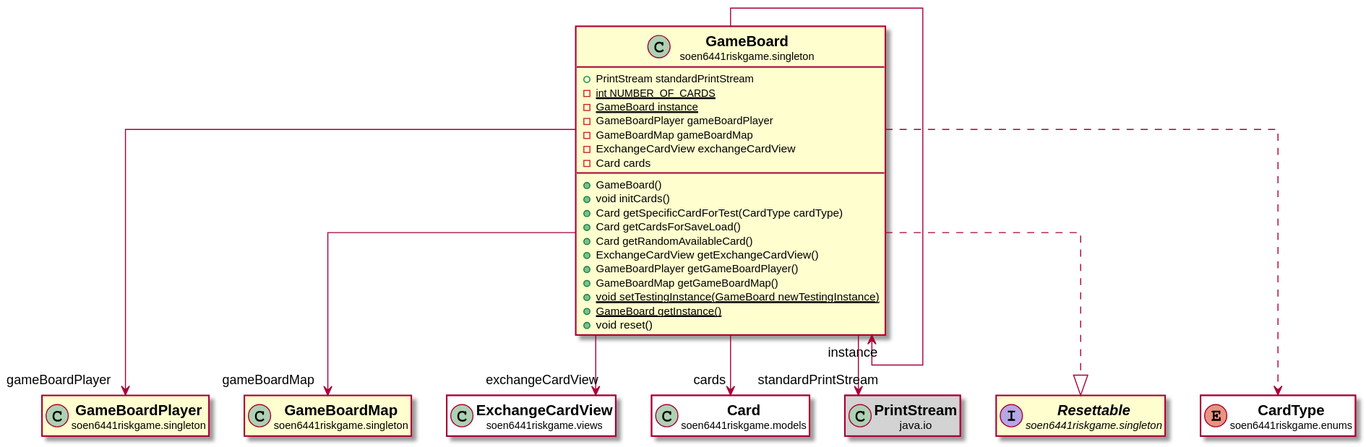
The PlantUML diagram docs/javadocs/soen6441riskgame/singleton/GameBoard.svg in huntertran/soen6441-riskgame, before a commit. The source it was exported from:
```plantuml
@startuml

skinparam svgLinkTarget _parent
skinparam linetype ortho
set namespaceSeparator none
class "<b><size:14>GameBoard</b>\n<size:10>soen6441riskgame.singleton" as soen6441riskgame.singleton.GameBoard  [[../../soen6441riskgame/singleton/GameBoard.html{soen6441riskgame.singleton.GameBoard}]] {
+PrintStream standardPrintStream
{static} -int NUMBER_OF_CARDS
{static} -GameBoard instance
-GameBoardPlayer gameBoardPlayer
-GameBoardMap gameBoardMap
-ExchangeCardView exchangeCardView
-Card cards
+GameBoard()
+void initCards()
+Card getSpecificCardForTest(CardType cardType)
+Card getCardsForSaveLoad()
+Card getRandomAvailableCard()
+ExchangeCardView getExchangeCardView()
+GameBoardPlayer getGameBoardPlayer()
+GameBoardMap getGameBoardMap()
{static} +void setTestingInstance(GameBoard newTestingInstance)
{static} +GameBoard getInstance()
+void reset()
}


soen6441riskgame.singleton.GameBoard -->  "instance" soen6441riskgame.singleton.GameBoard

class "<b><size:14>GameBoardPlayer</b>\n<size:10>soen6441riskgame.singleton" as soen6441riskgame.singleton.GameBoardPlayer  [[../../soen6441riskgame/singleton/GameBoardPlayer.html{soen6441riskgame.singleton.GameBoardPlayer}]] {
}

hide soen6441riskgame.singleton.GameBoardPlayer fields
hide soen6441riskgame.singleton.GameBoardPlayer methods

soen6441riskgame.singleton.GameBoard -->  "gameBoardPlayer" soen6441riskgame.singleton.GameBoardPlayer

class "<b><size:14>GameBoardMap</b>\n<size:10>soen6441riskgame.singleton" as soen6441riskgame.singleton.GameBoardMap  [[../../soen6441riskgame/singleton/GameBoardMap.html{soen6441riskgame.singleton.GameBoardMap}]] {
}

hide soen6441riskgame.singleton.GameBoardMap fields
hide soen6441riskgame.singleton.GameBoardMap methods

soen6441riskgame.singleton.GameBoard -->  "gameBoardMap" soen6441riskgame.singleton.GameBoardMap

class "<b><size:14>ExchangeCardView</b>\n<size:10>soen6441riskgame.views" as soen6441riskgame.views.ExchangeCardView  [[../../soen6441riskgame/views/ExchangeCardView.html{soen6441riskgame.views.ExchangeCardView}]] #white {
}

hide soen6441riskgame.views.ExchangeCardView fields
hide soen6441riskgame.views.ExchangeCardView methods

soen6441riskgame.singleton.GameBoard -->  "exchangeCardView" soen6441riskgame.views.ExchangeCardView

class "<b><size:14>Card</b>\n<size:10>soen6441riskgame.models" as soen6441riskgame.models.Card  [[../../soen6441riskgame/models/Card.html{soen6441riskgame.models.Card}]] #white {
}

hide soen6441riskgame.models.Card fields
hide soen6441riskgame.models.Card methods

soen6441riskgame.singleton.GameBoard -->  "cards" soen6441riskgame.models.Card

class "<b><size:14>PrintStream</b>\n<size:10>java.io" as java.io.PrintStream  #lightgrey {
}

hide java.io.PrintStream fields
hide java.io.PrintStream methods

soen6441riskgame.singleton.GameBoard -->  "standardPrintStream" java.io.PrintStream

interface "<b><size:14>Resettable</b>\n<size:10>soen6441riskgame.singleton" as soen6441riskgame.singleton.Resettable  [[../../soen6441riskgame/singleton/Resettable.html{soen6441riskgame.singleton.Resettable}]] {
}

hide soen6441riskgame.singleton.Resettable fields
hide soen6441riskgame.singleton.Resettable methods

soen6441riskgame.singleton.GameBoard ..|> soen6441riskgame.singleton.Resettable

enum "<b><size:14>CardType</b>\n<size:10>soen6441riskgame.enums" as soen6441riskgame.enums.CardType  [[../../soen6441riskgame/enums/CardType.html{soen6441riskgame.enums.CardType}]] #white {
}

hide soen6441riskgame.enums.CardType fields
hide soen6441riskgame.enums.CardType methods

soen6441riskgame.singleton.GameBoard ..> soen6441riskgame.enums.CardType


@enduml
```
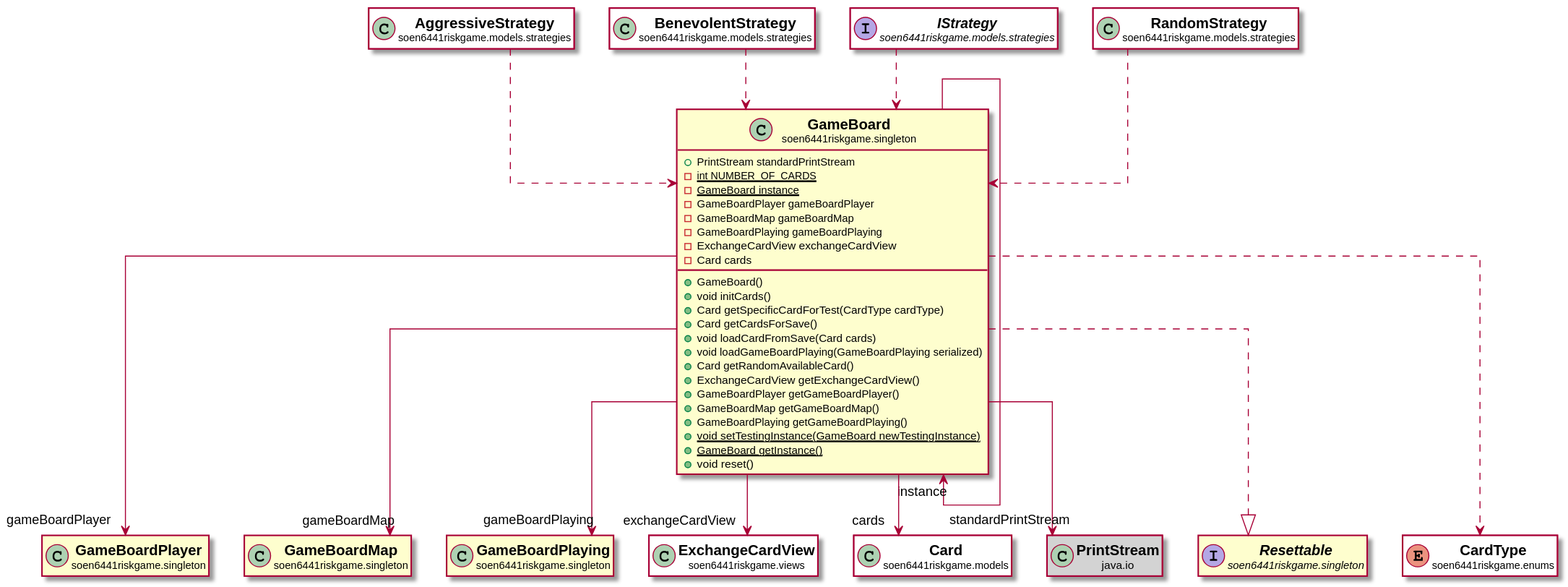
Later version of the same file.

Diff of the diagram source:
```diff
@@ -9,21 +9,57 @@
 {static} -GameBoard instance
 -GameBoardPlayer gameBoardPlayer
 -GameBoardMap gameBoardMap
+-GameBoardPlaying gameBoardPlaying
 -ExchangeCardView exchangeCardView
 -Card cards
 +GameBoard()
 +void initCards()
 +Card getSpecificCardForTest(CardType cardType)
-+Card getCardsForSaveLoad()
++Card getCardsForSave()
++void loadCardFromSave(Card cards)
++void loadGameBoardPlaying(GameBoardPlaying serialized)
 +Card getRandomAvailableCard()
 +ExchangeCardView getExchangeCardView()
 +GameBoardPlayer getGameBoardPlayer()
 +GameBoardMap getGameBoardMap()
++GameBoardPlaying getGameBoardPlaying()
 {static} +void setTestingInstance(GameBoard newTestingInstance)
 {static} +GameBoard getInstance()
 +void reset()
 }
 
+
+class "<b><size:14>AggressiveStrategy</b>\n<size:10>soen6441riskgame.models.strategies" as soen6441riskgame.models.strategies.AggressiveStrategy  [[../../soen6441riskgame/models/strategies/AggressiveStrategy.html{soen6441riskgame.models.strategies.AggressiveStrategy}]] #white {
+}
+
+hide soen6441riskgame.models.strategies.AggressiveStrategy fields
+hide soen6441riskgame.models.strategies.AggressiveStrategy methods
+
+soen6441riskgame.models.strategies.AggressiveStrategy ..> soen6441riskgame.singleton.GameBoard
+
+class "<b><size:14>BenevolentStrategy</b>\n<size:10>soen6441riskgame.models.strategies" as soen6441riskgame.models.strategies.BenevolentStrategy  [[../../soen6441riskgame/models/strategies/BenevolentStrategy.html{soen6441riskgame.models.strategies.BenevolentStrategy}]] #white {
+}
+
+hide soen6441riskgame.models.strategies.BenevolentStrategy fields
+hide soen6441riskgame.models.strategies.BenevolentStrategy methods
+
+soen6441riskgame.models.strategies.BenevolentStrategy ..> soen6441riskgame.singleton.GameBoard
+
+interface "<b><size:14>IStrategy</b>\n<size:10>soen6441riskgame.models.strategies" as soen6441riskgame.models.strategies.IStrategy  [[../../soen6441riskgame/models/strategies/IStrategy.html{soen6441riskgame.models.strategies.IStrategy}]] #white {
+}
+
+hide soen6441riskgame.models.strategies.IStrategy fields
+hide soen6441riskgame.models.strategies.IStrategy methods
+
+soen6441riskgame.models.strategies.IStrategy ..> soen6441riskgame.singleton.GameBoard
+
+class "<b><size:14>RandomStrategy</b>\n<size:10>soen6441riskgame.models.strategies" as soen6441riskgame.models.strategies.RandomStrategy  [[../../soen6441riskgame/models/strategies/RandomStrategy.html{soen6441riskgame.models.strategies.RandomStrategy}]] #white {
+}
+
+hide soen6441riskgame.models.strategies.RandomStrategy fields
+hide soen6441riskgame.models.strategies.RandomStrategy methods
+
+soen6441riskgame.models.strategies.RandomStrategy ..> soen6441riskgame.singleton.GameBoard
 
 soen6441riskgame.singleton.GameBoard -->  "instance" soen6441riskgame.singleton.GameBoard
 
@@ -42,6 +78,14 @@
 hide soen6441riskgame.singleton.GameBoardMap methods
 
 soen6441riskgame.singleton.GameBoard -->  "gameBoardMap" soen6441riskgame.singleton.GameBoardMap
+
+class "<b><size:14>GameBoardPlaying</b>\n<size:10>soen6441riskgame.singleton" as soen6441riskgame.singleton.GameBoardPlaying  [[../../soen6441riskgame/singleton/GameBoardPlaying.html{soen6441riskgame.singleton.GameBoardPlaying}]] {
+}
+
+hide soen6441riskgame.singleton.GameBoardPlaying fields
+hide soen6441riskgame.singleton.GameBoardPlaying methods
+
+soen6441riskgame.singleton.GameBoard -->  "gameBoardPlaying" soen6441riskgame.singleton.GameBoardPlaying
 
 class "<b><size:14>ExchangeCardView</b>\n<size:10>soen6441riskgame.views" as soen6441riskgame.views.ExchangeCardView  [[../../soen6441riskgame/views/ExchangeCardView.html{soen6441riskgame.views.ExchangeCardView}]] #white {
 }
```
